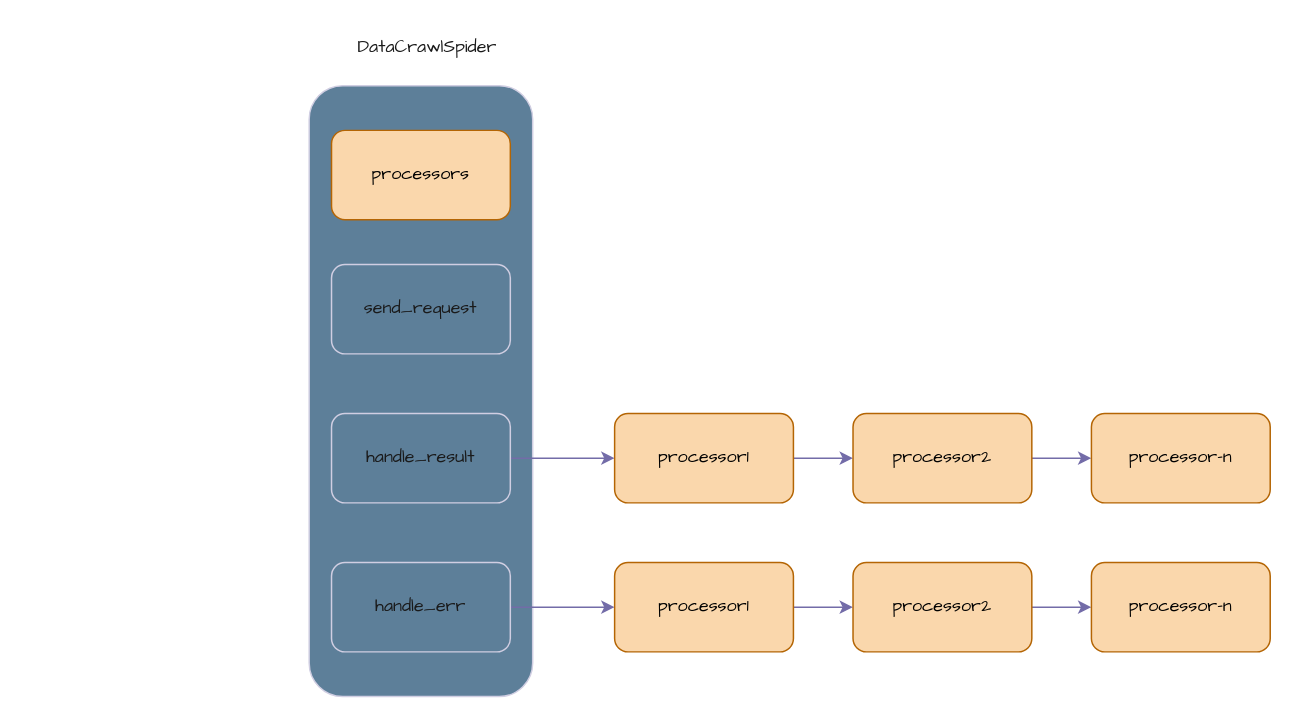
Before: page "DataCrawlSpider" (1 of 2) of data_crawl.drawio in silan-liu/drawio, a draw.io diagram. Source tidied: cells renumbered, new cells numbered last; positions are measured from the earlier drawing's top-left corner, leaving out a move shared by most shapes. Both pictures are drawn from the tidied source at 149%, with x=0, y=0 at pixel (308, 25).
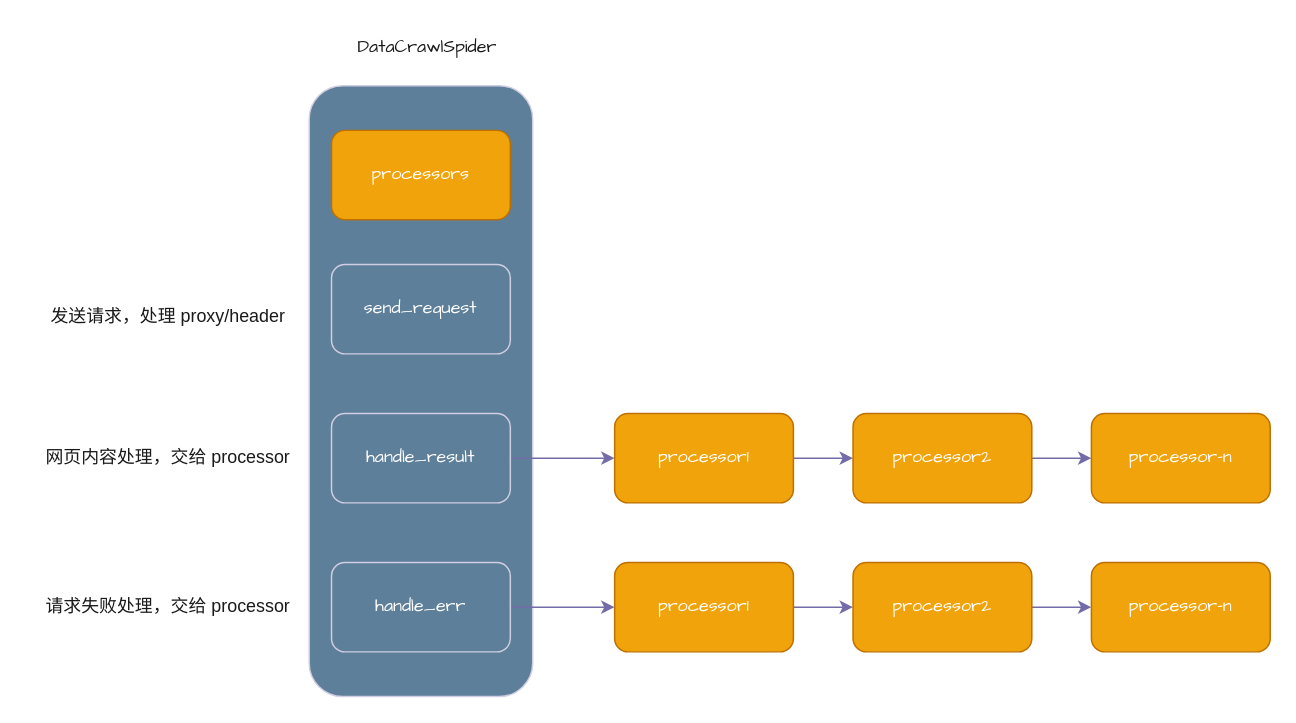
Above is the later version.

Diff of the diagram source:
```diff
@@
-    <mxCell id="3" value="send_request" style="rounded=1;whiteSpace=wrap;html=1;strokeColor=#D0CEE2;fontColor=#1A1A1A;fillColor=#5D7F99;fontFamily=Comic Sans MS;labelBackgroundColor=none;" parent="1" vertex="1">
+    <mxCell id="3" value="send_request" style="rounded=1;whiteSpace=wrap;html=1;strokeColor=#D0CEE2;fontColor=#FFFFFF;fillColor=#5D7F99;fontFamily=Comic Sans MS;labelBackgroundColor=none;" parent="1" vertex="1">
       <mxGeometry x="15" y="160" width="120" height="60" as="geometry" />
     </mxCell>
@@
-    <mxCell id="5" value="handle_result" style="rounded=1;whiteSpace=wrap;html=1;strokeColor=#D0CEE2;fontColor=#1A1A1A;fillColor=#5D7F99;fontFamily=Comic Sans MS;labelBackgroundColor=none;" parent="1" vertex="1">
+    <mxCell id="5" value="handle_result" style="rounded=1;whiteSpace=wrap;html=1;strokeColor=#D0CEE2;fontColor=#FFFFFF;fillColor=#5D7F99;fontFamily=Comic Sans MS;labelBackgroundColor=none;" parent="1" vertex="1">
       <mxGeometry x="15" y="260" width="120" height="60" as="geometry" />
     </mxCell>
@@
-    <mxCell id="7" value="handle_err" style="rounded=1;whiteSpace=wrap;html=1;strokeColor=#D0CEE2;fontColor=#1A1A1A;fillColor=#5D7F99;fontFamily=Comic Sans MS;labelBackgroundColor=none;" parent="1" vertex="1">
+    <mxCell id="7" value="handle_err" style="rounded=1;whiteSpace=wrap;html=1;strokeColor=#D0CEE2;fontColor=#FFFFFF;fillColor=#5D7F99;fontFamily=Comic Sans MS;labelBackgroundColor=none;" parent="1" vertex="1">
       <mxGeometry x="15" y="360" width="120" height="60" as="geometry" />
     </mxCell>
@@
-    <mxCell id="9" value="processor1" style="rounded=1;whiteSpace=wrap;html=1;strokeColor=#b46504;fillColor=#fad7ac;fontFamily=Comic Sans MS;labelBackgroundColor=none;" parent="1" vertex="1">
+    <mxCell id="9" value="processor1" style="rounded=1;whiteSpace=wrap;html=1;strokeColor=#BD7000;fillColor=#f0a30a;fontFamily=Comic Sans MS;labelBackgroundColor=none;fontColor=#FFFFFF;" parent="1" vertex="1">
       <mxGeometry x="205" y="260" width="120" height="60" as="geometry" />
     </mxCell>
@@
-    <mxCell id="11" value="processor2" style="rounded=1;whiteSpace=wrap;html=1;strokeColor=#b46504;fillColor=#fad7ac;fontFamily=Comic Sans MS;labelBackgroundColor=none;" parent="1" vertex="1">
+    <mxCell id="11" value="processor2" style="rounded=1;whiteSpace=wrap;html=1;strokeColor=#BD7000;fillColor=#f0a30a;fontFamily=Comic Sans MS;labelBackgroundColor=none;fontColor=#FFFFFF;" parent="1" vertex="1">
       <mxGeometry x="365" y="260" width="120" height="60" as="geometry" />
     </mxCell>
@@
-    <mxCell id="13" value="processor1" style="rounded=1;whiteSpace=wrap;html=1;strokeColor=#b46504;fillColor=#fad7ac;fontFamily=Comic Sans MS;labelBackgroundColor=none;" parent="1" vertex="1">
+    <mxCell id="13" value="processor1" style="rounded=1;whiteSpace=wrap;html=1;strokeColor=#BD7000;fillColor=#f0a30a;fontFamily=Comic Sans MS;labelBackgroundColor=none;fontColor=#FFFFFF;" parent="1" vertex="1">
       <mxGeometry x="205" y="360" width="120" height="60" as="geometry" />
     </mxCell>
@@
-    <mxCell id="15" value="processor2" style="rounded=1;whiteSpace=wrap;html=1;strokeColor=#b46504;fillColor=#fad7ac;fontFamily=Comic Sans MS;labelBackgroundColor=none;" parent="1" vertex="1">
+    <mxCell id="15" value="processor2" style="rounded=1;whiteSpace=wrap;html=1;strokeColor=#BD7000;fillColor=#f0a30a;fontFamily=Comic Sans MS;labelBackgroundColor=none;fontColor=#FFFFFF;" parent="1" vertex="1">
       <mxGeometry x="365" y="360" width="120" height="60" as="geometry" />
     </mxCell>
@@
-    <mxCell id="17" value="processors" style="rounded=1;whiteSpace=wrap;html=1;strokeColor=#b46504;fillColor=#fad7ac;fontFamily=Comic Sans MS;labelBackgroundColor=none;" parent="1" vertex="1">
+    <mxCell id="17" value="processors" style="rounded=1;whiteSpace=wrap;html=1;strokeColor=#BD7000;fillColor=#f0a30a;fontFamily=Comic Sans MS;labelBackgroundColor=none;fontColor=#FFFFFF;" parent="1" vertex="1">
       <mxGeometry x="15" y="70" width="120" height="60" as="geometry" />
     </mxCell>
-    <mxCell id="18" value="processor-n" style="rounded=1;whiteSpace=wrap;html=1;strokeColor=#b46504;fillColor=#fad7ac;fontFamily=Comic Sans MS;labelBackgroundColor=none;" parent="1" vertex="1">
+    <mxCell id="18" value="processor-n" style="rounded=1;whiteSpace=wrap;html=1;strokeColor=#BD7000;fillColor=#f0a30a;fontFamily=Comic Sans MS;labelBackgroundColor=none;fontColor=#FFFFFF;" parent="1" vertex="1">
       <mxGeometry x="525" y="260" width="120" height="60" as="geometry" />
     </mxCell>
-    <mxCell id="19" value="processor-n" style="rounded=1;whiteSpace=wrap;html=1;strokeColor=#b46504;fillColor=#fad7ac;fontFamily=Comic Sans MS;labelBackgroundColor=none;" parent="1" vertex="1">
+    <mxCell id="19" value="processor-n" style="rounded=1;whiteSpace=wrap;html=1;strokeColor=#BD7000;fillColor=#f0a30a;fontFamily=Comic Sans MS;labelBackgroundColor=none;fontColor=#FFFFFF;" parent="1" vertex="1">
       <mxGeometry x="525" y="360" width="120" height="60" as="geometry" />
     </mxCell>
+    <mxCell id="20" value="发送请求，处理 proxy/header" style="text;html=1;align=center;verticalAlign=middle;strokeColor=none;fillColor=none;fontColor=#1A1A1A;" parent="1" vertex="1">
+      <mxGeometry x="-185" y="180" width="180" height="30" as="geometry" />
+    </mxCell>
+    <mxCell id="21" value="网页内容处理，交给 processor" style="text;html=1;align=center;verticalAlign=middle;strokeColor=none;fillColor=none;fontColor=#1A1A1A;" parent="1" vertex="1">
+      <mxGeometry x="-190" y="275" width="190" height="30" as="geometry" />
+    </mxCell>
+    <mxCell id="22" value="请求失败处理，交给 processor" style="text;html=1;align=center;verticalAlign=middle;strokeColor=none;fillColor=none;fontColor=#1A1A1A;" parent="1" vertex="1">
+      <mxGeometry x="-190" y="375" width="190" height="30" as="geometry" />
+    </mxCell>
```
